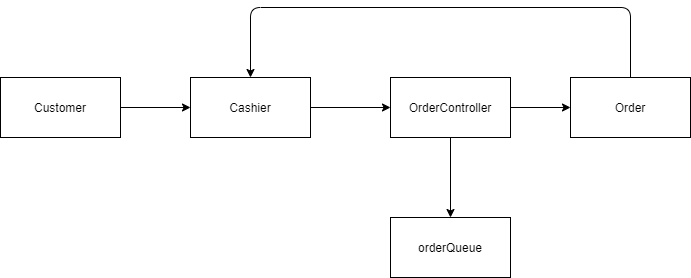
Above: images/CashierChart.png in nsnyder1992/OrderProcessingSystem (draw.io), before the change. Source tidied: cells renumbered, new cells last; positions are measured from the earlier drawing's top-left corner, leaving out a move shared by most shapes.
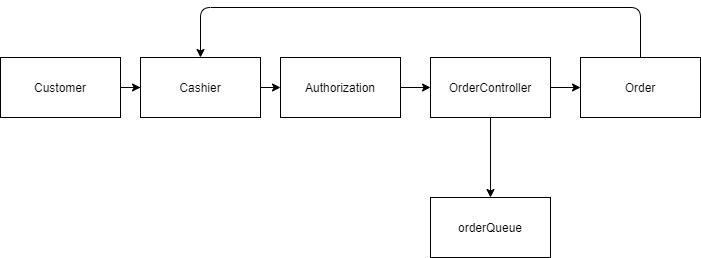
Later version of the same file.

The edit, as a diff of the source:
```diff
@@ -3,7 +3,7 @@
     <mxCell id="0" />
     <mxCell id="1" parent="0" />
     <mxCell id="2" value="Cashier" style="rounded=0;whiteSpace=wrap;html=1;" parent="1" vertex="1">
-      <mxGeometry x="190" y="70" width="120" height="60" as="geometry" />
+      <mxGeometry x="100" y="70" width="120" height="60" as="geometry" />
     </mxCell>
     <mxCell id="3" style="edgeStyle=orthogonalEdgeStyle;rounded=0;jettySize=auto;html=1;" parent="1" edge="1" source="4" target="6">
       <mxGeometry relative="1" as="geometry" />
@@ -11,31 +11,38 @@
     <mxCell id="4" value="OrderController" style="rounded=0;whiteSpace=wrap;html=1;" parent="1" vertex="1">
       <mxGeometry x="390" y="70" width="120" height="60" as="geometry" />
     </mxCell>
-    <mxCell id="5" style="endArrow=classic;html=1;exitX=1;exitY=0.5;exitDx=0;exitDy=0;entryX=0;entryY=0.5;entryDx=0;entryDy=0;" parent="1" edge="1" source="2" target="4">
+    <mxCell id="5" style="endArrow=classic;html=1;exitX=1;exitY=0.5;exitDx=0;exitDy=0;entryX=0;entryY=0.5;entryDx=0;entryDy=0;" parent="1" edge="1" source="12" target="4">
       <mxGeometry relative="1" as="geometry" />
     </mxCell>
     <mxCell id="6" value="Order" style="rounded=0;whiteSpace=wrap;html=1;" parent="1" vertex="1">
-      <mxGeometry x="570" y="70" width="120" height="60" as="geometry" />
+      <mxGeometry x="540" y="70" width="120" height="60" as="geometry" />
     </mxCell>
+    <mxCell id="11" style="endArrow=classic;html=1;exitX=0.5;exitY=0;exitDx=0;exitDy=0;" parent="1" edge="1" source="6">
+      <mxGeometry relative="1" as="geometry">
+        <mxPoint x="160" y="70" as="targetPoint" />
+        <Array as="points">
+          <mxPoint x="600" y="20" />
+          <mxPoint x="160" y="20" />
+        </Array>
+      </mxGeometry>
+    </mxCell>
-    <mxCell id="7" value="&lt;span&gt;orderQueue&lt;/span&gt;" style="rounded=0;whiteSpace=wrap;html=1;" parent="1" vertex="1">
+    <mxCell id="7" value="orderQueue" style="rounded=0;whiteSpace=wrap;html=1;" parent="1" vertex="1">
       <mxGeometry x="390" y="210" width="120" height="60" as="geometry" />
     </mxCell>
+    <mxCell id="12" value="Authorization" style="rounded=0;whiteSpace=wrap;html=1;" parent="1" vertex="1">
+      <mxGeometry x="240" y="70" width="120" height="60" as="geometry" />
+    </mxCell>
+    <mxCell id="13" style="endArrow=classic;html=1;exitX=1;exitY=0.5;exitDx=0;exitDy=0;entryX=0;entryY=0.5;entryDx=0;entryDy=0;" parent="1" edge="1" source="2" target="12">
+      <mxGeometry relative="1" as="geometry" />
+    </mxCell>
+    <mxCell id="10" style="endArrow=classic;html=1;exitX=0.5;exitY=1;exitDx=0;exitDy=0;entryX=0.5;entryY=0;entryDx=0;entryDy=0;" parent="1" edge="1" source="4" target="7">
+      <mxGeometry relative="1" as="geometry" />
+    </mxCell>
     <mxCell id="8" style="edgeStyle=orthogonalEdgeStyle;rounded=0;jettySize=auto;html=1;" parent="1" edge="1" source="9" target="2">
       <mxGeometry relative="1" as="geometry" />
     </mxCell>
     <mxCell id="9" value="Customer" style="rounded=0;whiteSpace=wrap;html=1;" parent="1" vertex="1">
-      <mxGeometry y="70" width="120" height="60" as="geometry" />
+      <mxGeometry x="-40" y="70" width="120" height="60" as="geometry" />
     </mxCell>
-    <mxCell id="10" style="endArrow=classic;html=1;exitX=0.5;exitY=1;exitDx=0;exitDy=0;entryX=0.5;entryY=0;entryDx=0;entryDy=0;" parent="1" edge="1" source="4" target="7">
-      <mxGeometry relative="1" as="geometry" />
-    </mxCell>
-    <mxCell id="11" style="endArrow=classic;html=1;exitX=0.5;exitY=0;exitDx=0;exitDy=0;entryX=0.5;entryY=0;entryDx=0;entryDy=0;" parent="1" edge="1" source="6" target="2">
-      <mxGeometry relative="1" as="geometry">
-        <Array as="points">
-          <mxPoint x="630" />
-          <mxPoint x="250" />
-        </Array>
-      </mxGeometry>
-    </mxCell>
   </root>
 </mxGraphModel>
```
